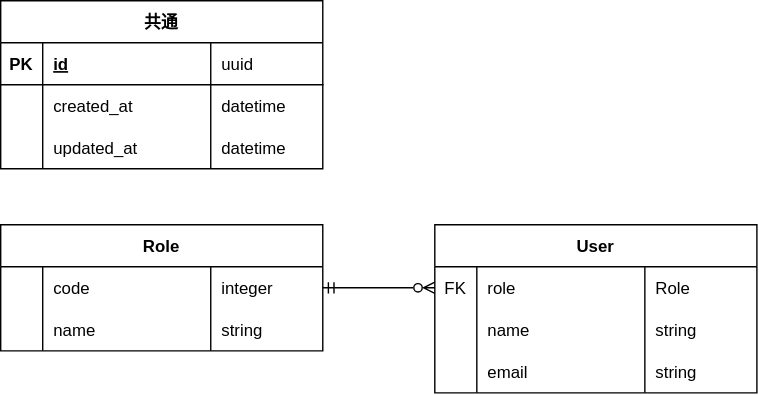
pisces2336/ec-portfolio keeps this draw.io diagram as 10_docs/ER.svg. Above is the earlier version. Source tidied: cells renumbered, new cells last; positions are measured from the earlier drawing's top-left corner, leaving out a move shared by most shapes.
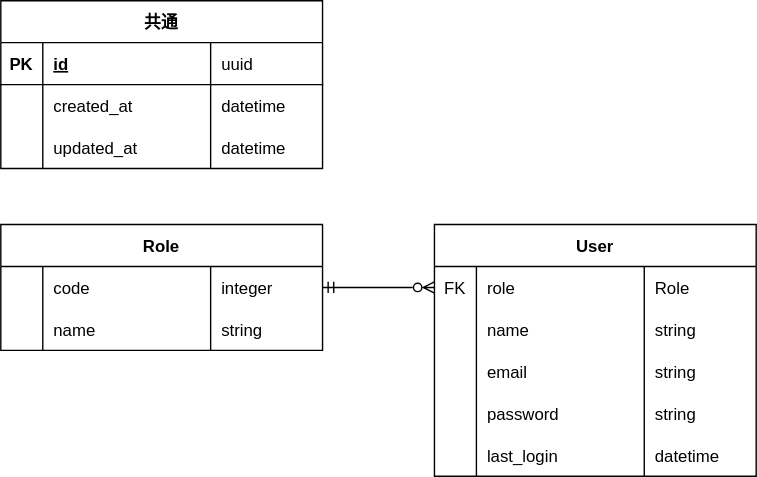
The same file after the commit.

Diff of the diagram source:
```diff
@@ -72,7 +72,7 @@
       <mxGeometry x="150" width="80" height="30" as="geometry" />
     </mxCell>
     <mxCell id="25" value="User" style="shape=table;startSize=30;rowLines=0;fontStyle=1;align=center;fillColor=none;" parent="1" vertex="1">
-      <mxGeometry x="310" y="160" width="230" height="120" as="geometry" />
+      <mxGeometry x="310" y="160" width="230" height="180" as="geometry" />
     </mxCell>
     <mxCell id="26" style="shape=tableRow;horizontal=0;startSize=0;swimlaneHead=0;swimlaneBody=0;fillColor=none;points=[[0,0.5],[1,0.5]];portConstraint=eastwest;top=0;left=0;right=0;bottom=0;" parent="25" vertex="1">
       <mxGeometry y="30" width="230" height="30" as="geometry" />
@@ -110,5 +110,29 @@
     <mxCell id="37" value="string" style="shape=partialRectangle;fillColor=none;top=0;left=0;bottom=0;right=0;align=left;spacingLeft=6;overflow=hidden;" parent="34" vertex="1">
       <mxGeometry x="150" width="80" height="30" as="geometry" />
     </mxCell>
+    <mxCell id="38" style="shape=tableRow;horizontal=0;startSize=0;swimlaneHead=0;swimlaneBody=0;fillColor=none;top=0;left=0;right=0;bottom=0;" parent="25" vertex="1">
+      <mxGeometry y="120" width="230" height="30" as="geometry" />
+    </mxCell>
+    <mxCell id="39" style="shape=partialRectangle;fillColor=none;top=0;left=0;bottom=0;right=0;overflow=hidden;" parent="38" vertex="1">
+      <mxGeometry width="30" height="30" as="geometry" />
+    </mxCell>
+    <mxCell id="40" value="password" style="shape=partialRectangle;fillColor=none;top=0;left=0;bottom=0;right=0;align=left;spacingLeft=6;overflow=hidden;" parent="38" vertex="1">
+      <mxGeometry x="30" width="120" height="30" as="geometry" />
+    </mxCell>
+    <mxCell id="41" value="string" style="shape=partialRectangle;fillColor=none;top=0;left=0;bottom=0;right=0;align=left;spacingLeft=6;overflow=hidden;" parent="38" vertex="1">
+      <mxGeometry x="150" width="80" height="30" as="geometry" />
+    </mxCell>
+    <mxCell id="42" style="shape=tableRow;horizontal=0;startSize=0;swimlaneHead=0;swimlaneBody=0;fillColor=none;top=0;left=0;right=0;bottom=0;" parent="25" vertex="1">
+      <mxGeometry y="150" width="230" height="30" as="geometry" />
+    </mxCell>
+    <mxCell id="43" style="shape=partialRectangle;fillColor=none;top=0;left=0;bottom=0;right=0;overflow=hidden;" parent="42" vertex="1">
+      <mxGeometry width="30" height="30" as="geometry" />
+    </mxCell>
+    <mxCell id="44" value="last_login" style="shape=partialRectangle;fillColor=none;top=0;left=0;bottom=0;right=0;align=left;spacingLeft=6;overflow=hidden;" parent="42" vertex="1">
+      <mxGeometry x="30" width="120" height="30" as="geometry" />
+    </mxCell>
+    <mxCell id="45" value="datetime" style="shape=partialRectangle;fillColor=none;top=0;left=0;bottom=0;right=0;align=left;spacingLeft=6;overflow=hidden;" parent="42" vertex="1">
+      <mxGeometry x="150" width="80" height="30" as="geometry" />
+    </mxCell>
   </root>
 </mxGraphModel>
```
